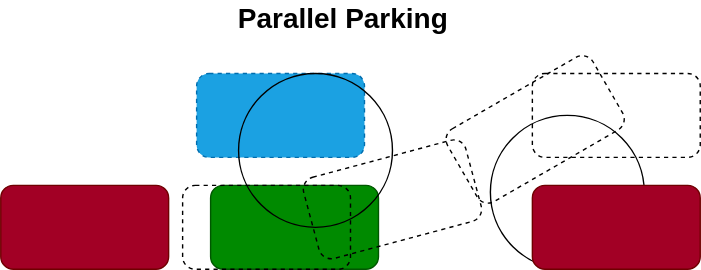
This is autonomous_parking/diagram.drawio.svg from zeeshananjumjunaidi/zeeshananjumjunaidi, a draw.io export, as it was before one commit. Source tidied: cells renumbered, new cells last; positions are measured from the earlier drawing's top-left corner, leaving out a move shared by most shapes. The source it was exported from:
```xml
<mxGraphModel>
  <root>
    <mxCell id="0" />
    <mxCell id="1" parent="0" />
    <mxCell id="2" style="rounded=1;whiteSpace=wrap;html=1;fillColor=#008a00;strokeColor=#005700;fontColor=#ffffff;" parent="1" vertex="1">
      <mxGeometry x="150" y="130" width="120" height="60" as="geometry" />
    </mxCell>
    <mxCell id="3" style="ellipse;whiteSpace=wrap;html=1;fillColor=none;" parent="1" vertex="1">
      <mxGeometry x="350" y="80" width="110" height="110" as="geometry" />
    </mxCell>
    <mxCell id="4" style="rounded=1;whiteSpace=wrap;html=1;fillColor=#a20025;strokeColor=#6F0000;fontColor=#ffffff;" parent="1" vertex="1">
      <mxGeometry y="130" width="120" height="60" as="geometry" />
    </mxCell>
    <mxCell id="5" style="rounded=1;whiteSpace=wrap;html=1;fillColor=#a20025;strokeColor=#6F0000;fontColor=#ffffff;" parent="1" vertex="1">
      <mxGeometry x="380" y="130" width="120" height="60" as="geometry" />
    </mxCell>
    <mxCell id="6" style="rounded=1;whiteSpace=wrap;html=1;dashed=1;fillColor=#1ba1e2;strokeColor=#006EAF;fontColor=#ffffff;" parent="1" vertex="1">
      <mxGeometry x="140" y="50" width="120" height="60" as="geometry" />
    </mxCell>
    <mxCell id="7" style="rounded=1;whiteSpace=wrap;html=1;dashed=1;fillColor=none;" parent="1" vertex="1">
      <mxGeometry x="380" y="50" width="120" height="60" as="geometry" />
    </mxCell>
    <mxCell id="8" style="rounded=1;whiteSpace=wrap;html=1;dashed=1;fillColor=none;rotation=-30;" parent="1" vertex="1">
      <mxGeometry x="322" y="60" width="120" height="60" as="geometry" />
    </mxCell>
    <mxCell id="9" style="rounded=1;whiteSpace=wrap;html=1;dashed=1;fillColor=none;rotation=-15;" parent="1" vertex="1">
      <mxGeometry x="220" y="110" width="120" height="60" as="geometry" />
    </mxCell>
    <mxCell id="10" style="rounded=1;whiteSpace=wrap;html=1;dashed=1;fillColor=none;rotation=0;" parent="1" vertex="1">
      <mxGeometry x="130" y="130" width="120" height="60" as="geometry" />
    </mxCell>
    <mxCell id="11" style="ellipse;whiteSpace=wrap;html=1;fillColor=none;" parent="1" vertex="1">
      <mxGeometry x="170" y="50" width="110" height="110" as="geometry" />
    </mxCell>
    <mxCell id="12" value="&lt;b&gt;&lt;font style=&quot;font-size: 20px&quot;&gt;Parallel Parking&lt;/font&gt;&lt;/b&gt;" style="text;html=1;strokeColor=none;fillColor=none;align=center;verticalAlign=middle;whiteSpace=wrap;rounded=0;dashed=1;" parent="1" vertex="1">
      <mxGeometry x="130" width="230" height="20" as="geometry" />
    </mxCell>
  </root>
</mxGraphModel>
```
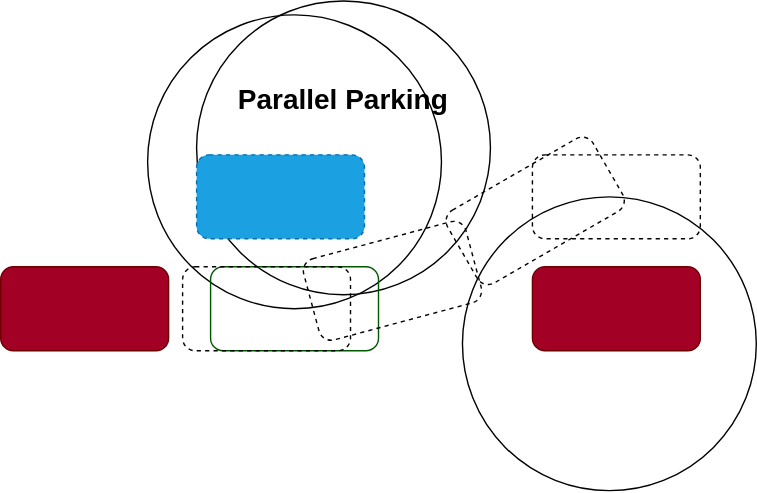
After the commit.

Commit message:
updated block diagram for parallel parking algorithm

Change to the diagram source:
```diff
@@ -2,11 +2,17 @@
   <root>
     <mxCell id="0" />
     <mxCell id="1" parent="0" />
+    <mxCell id="13" style="ellipse;whiteSpace=wrap;html=1;fillColor=none;" parent="1" vertex="1">
+      <mxGeometry x="140" y="-60" width="210" height="210" as="geometry" />
+    </mxCell>
+    <mxCell id="14" style="ellipse;whiteSpace=wrap;html=1;fillColor=none;" parent="1" vertex="1">
+      <mxGeometry x="105" y="-50" width="210" height="210" as="geometry" />
+    </mxCell>
-    <mxCell id="2" style="rounded=1;whiteSpace=wrap;html=1;fillColor=#008a00;strokeColor=#005700;fontColor=#ffffff;" parent="1" vertex="1">
+    <mxCell id="2" style="rounded=1;whiteSpace=wrap;html=1;strokeColor=#005700;fontColor=#ffffff;fillColor=none;" parent="1" vertex="1">
       <mxGeometry x="150" y="130" width="120" height="60" as="geometry" />
     </mxCell>
     <mxCell id="3" style="ellipse;whiteSpace=wrap;html=1;fillColor=none;" parent="1" vertex="1">
-      <mxGeometry x="350" y="80" width="110" height="110" as="geometry" />
+      <mxGeometry x="330" y="80" width="210" height="210" as="geometry" />
     </mxCell>
     <mxCell id="4" style="rounded=1;whiteSpace=wrap;html=1;fillColor=#a20025;strokeColor=#6F0000;fontColor=#ffffff;" parent="1" vertex="1">
       <mxGeometry y="130" width="120" height="60" as="geometry" />
@@ -26,12 +32,9 @@
     <mxCell id="9" style="rounded=1;whiteSpace=wrap;html=1;dashed=1;fillColor=none;rotation=-15;" parent="1" vertex="1">
       <mxGeometry x="220" y="110" width="120" height="60" as="geometry" />
     </mxCell>
-    <mxCell id="10" style="rounded=1;whiteSpace=wrap;html=1;dashed=1;fillColor=none;rotation=0;" parent="1" vertex="1">
+    <mxCell id="10" style="rounded=1;whiteSpace=wrap;html=1;dashed=1;rotation=0;fillColor=none;" parent="1" vertex="1">
       <mxGeometry x="130" y="130" width="120" height="60" as="geometry" />
     </mxCell>
-    <mxCell id="11" style="ellipse;whiteSpace=wrap;html=1;fillColor=none;" parent="1" vertex="1">
-      <mxGeometry x="170" y="50" width="110" height="110" as="geometry" />
-    </mxCell>
     <mxCell id="12" value="&lt;b&gt;&lt;font style=&quot;font-size: 20px&quot;&gt;Parallel Parking&lt;/font&gt;&lt;/b&gt;" style="text;html=1;strokeColor=none;fillColor=none;align=center;verticalAlign=middle;whiteSpace=wrap;rounded=0;dashed=1;" parent="1" vertex="1">
       <mxGeometry x="130" width="230" height="20" as="geometry" />
     </mxCell>
```
